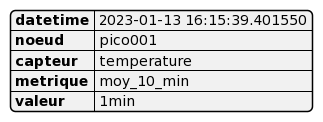
toucan-fortune/doc_manuel keeps this PlantUML diagram as docs/img/modele_bd_json.png. Above is the earlier version.
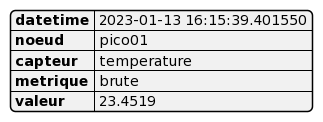
After the commit.

Change to the diagram source:
```diff
@@ -1,9 +1,9 @@
 @startjson
 {
 "datetime": "2023-01-13 16:15:39.401550",
-"noeud": "pico001",
+"noeud": "pico01",
 "capteur": "temperature",
-"metrique": "moy_10_min",
-"valeur": "1min"
+"metrique": "brute",
+"valeur": 23.4519
 }
 @endjson
```
